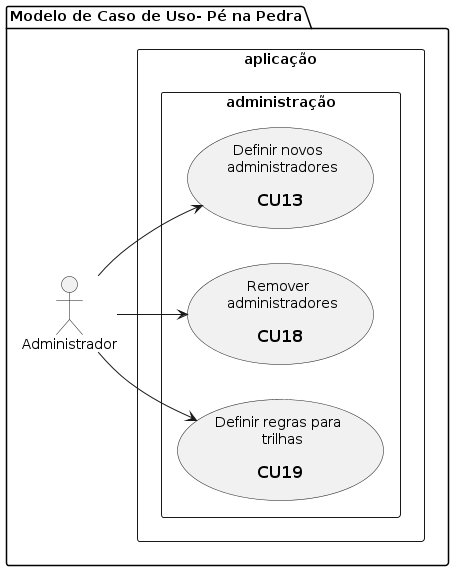
Before: docs/diagrams/out/pe_na_pedra_usecase_4.png, a diagram exported from PlantUML (tiagors09/pe_na_pedra).
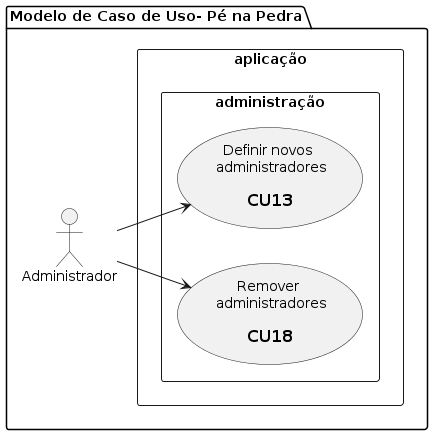
The same file after the commit.

Commit message:
feat: :sparkles: update usecase 4

The edit, as a diff of the source:
```diff
@@ -10,13 +10,10 @@
           == CU13"
         usecase uc18 as "Remover \n administradores\n
           == CU18"
-        usecase uc19 as "Definir regras para \n trilhas\n
-          == CU19"
       }
     }
   }
 
   adm --> uc13
   adm --> uc18
-  adm --> uc19
 @enduml
```
